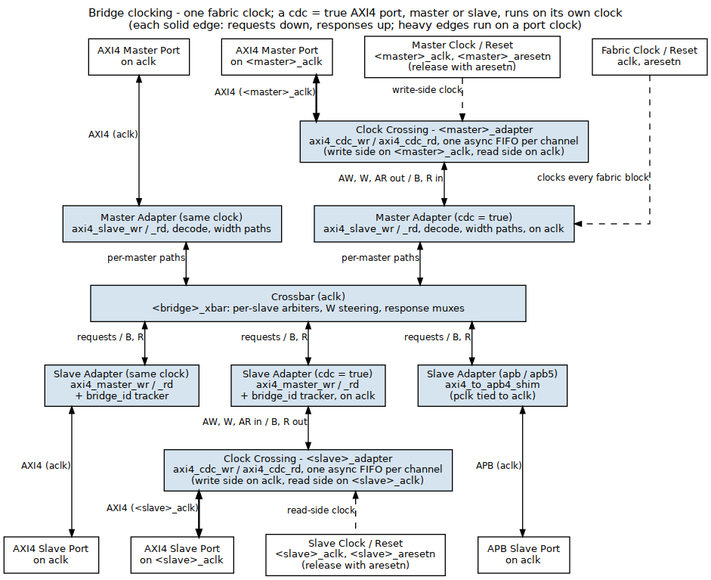
sean-galloway/RTLDesignSherpa keeps this Graphviz diagram as projects/components/fabric-gen-ip/bridge/docs/bridge_has/assets/graphviz/clock_distribution.png. Above is the earlier version. Its source is kept beside it as projects/components/fabric-gen-ip/bridge/docs/bridge_has/assets/graphviz/clock_distribution.dot.
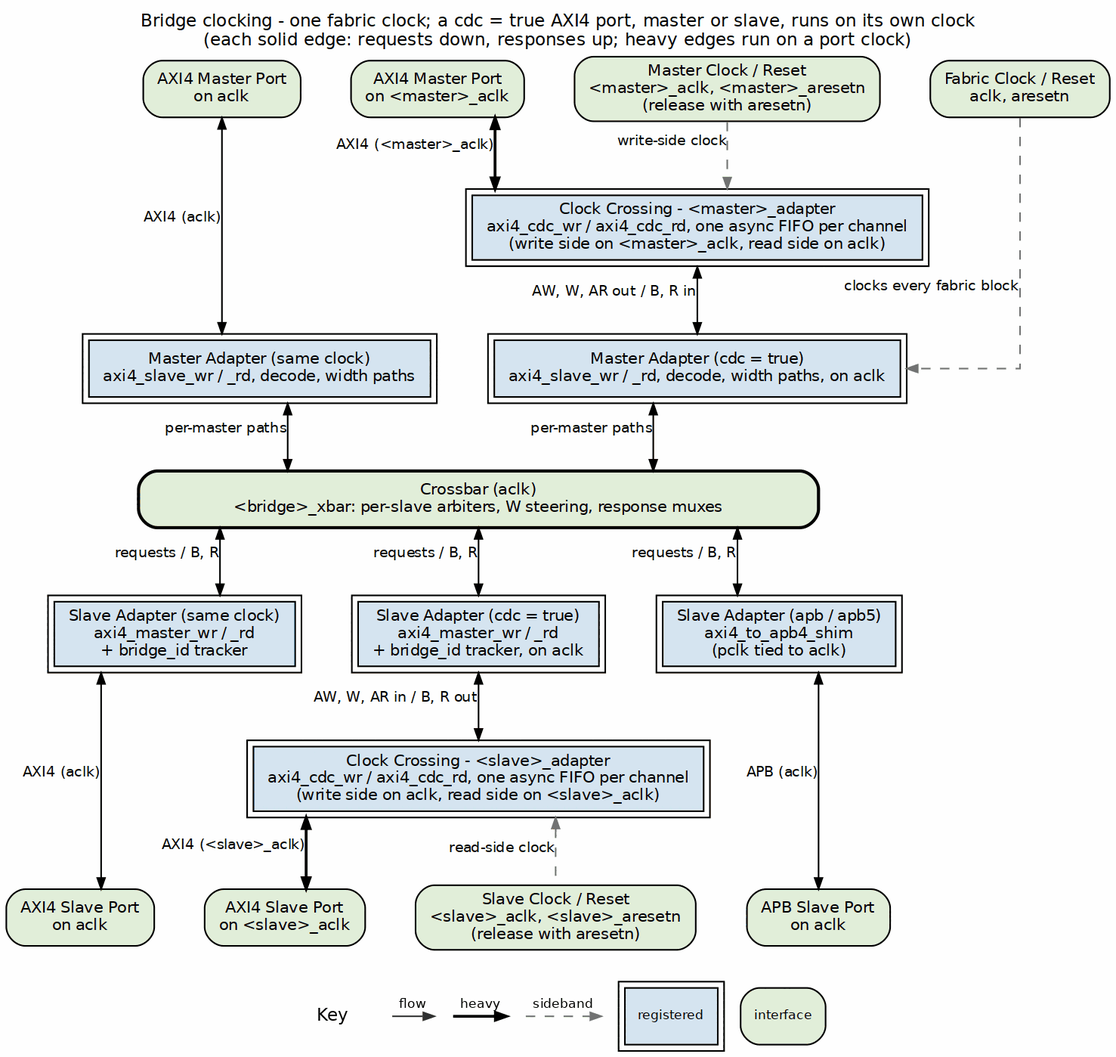
The same file after the commit.

Diff of the diagram source:
```diff
@@ -3,36 +3,36 @@
            nodesep="0.45", ranksep="0.60", splines=ortho, labelloc=t,
            label="Bridge clocking - one fabric clock; a cdc = true AXI4 port, master or slave, runs on its own clock\n(each solid edge: requests down, responses up; heavy edges run on a port clock)"];
     node  [fontname="Helvetica", fontsize=10, shape=box, style=filled,
-           fillcolor="#D6E4F0", color="black", margin="0.12,0.06"];
+           fillcolor="white", color="black", margin="0.12,0.06"];
     edge  [fontname="Helvetica", fontsize=9, color="black", arrowsize=0.7];
 
-    mp0   [label="AXI4 Master Port\non aclk", fillcolor="white"];
-    mp1   [label="AXI4 Master Port\non <master>_aclk", fillcolor="white"];
-    mclk  [label="Master Clock / Reset\n<master>_aclk, <master>_aresetn\n(release with aresetn)", fillcolor="white"];
-    clk   [label="Fabric Clock / Reset\naclk, aresetn", fillcolor="white"];
+    mp0   [label="AXI4 Master Port\non aclk", fillcolor="white", style="rounded,filled", fillcolor="#E2EFDA"];
+    mp1   [label="AXI4 Master Port\non <master>_aclk", fillcolor="white", style="rounded,filled", fillcolor="#E2EFDA"];
+    mclk  [label="Master Clock / Reset\n<master>_aclk, <master>_aresetn\n(release with aresetn)", fillcolor="white", style="rounded,filled", fillcolor="#E2EFDA"];
+    clk   [label="Fabric Clock / Reset\naclk, aresetn", fillcolor="white", style="rounded,filled", fillcolor="#E2EFDA"];
     { rank=same; mp0; mp1; mclk; clk; }
     mp0 -> mp1 -> mclk -> clk [style=invis];
 
-    mcdc  [label="Clock Crossing - <master>_adapter\naxi4_cdc_wr / axi4_cdc_rd, one async FIFO per channel\n(write side on <master>_aclk, read side on aclk)"];
-    madp0 [label="Master Adapter (same clock)\naxi4_slave_wr / _rd, decode, width paths"];
-    madp1 [label="Master Adapter (cdc = true)\naxi4_slave_wr / _rd, decode, width paths, on aclk"];
+    mcdc  [label="Clock Crossing - <master>_adapter\naxi4_cdc_wr / axi4_cdc_rd, one async FIFO per channel\n(write side on <master>_aclk, read side on aclk)", peripheries=2, style="filled", fillcolor="#D6E4F0"];
+    madp0 [label="Master Adapter (same clock)\naxi4_slave_wr / _rd, decode, width paths", peripheries=2, style="filled", fillcolor="#D6E4F0"];
+    madp1 [label="Master Adapter (cdc = true)\naxi4_slave_wr / _rd, decode, width paths, on aclk", peripheries=2, style="filled", fillcolor="#D6E4F0"];
     { rank=same; madp0; madp1; }
     madp0 -> madp1 [style=invis];
 
-    xbar [label="Crossbar (aclk)\n<bridge>_xbar: per-slave arbiters, W steering, response muxes", width=6];
+    xbar [label="Crossbar (aclk)\n<bridge>_xbar: per-slave arbiters, W steering, response muxes", width=6, style="rounded,filled,bold", fillcolor="#E2EFDA"];
 
-    sa0  [label="Slave Adapter (same clock)\naxi4_master_wr / _rd\n+ bridge_id tracker"];
-    sa1  [label="Slave Adapter (cdc = true)\naxi4_master_wr / _rd\n+ bridge_id tracker, on aclk"];
-    sa2  [label="Slave Adapter (apb / apb5)\naxi4_to_apb4_shim\n(pclk tied to aclk)"];
+    sa0  [label="Slave Adapter (same clock)\naxi4_master_wr / _rd\n+ bridge_id tracker", peripheries=2, style="filled", fillcolor="#D6E4F0"];
+    sa1  [label="Slave Adapter (cdc = true)\naxi4_master_wr / _rd\n+ bridge_id tracker, on aclk", peripheries=2, style="filled", fillcolor="#D6E4F0"];
+    sa2  [label="Slave Adapter (apb / apb5)\naxi4_to_apb4_shim\n(pclk tied to aclk)", peripheries=2, style="filled", fillcolor="#D6E4F0"];
     { rank=same; sa0; sa1; sa2; }
     sa0 -> sa1 -> sa2 [style=invis];
 
-    scdc [label="Clock Crossing - <slave>_adapter\naxi4_cdc_wr / axi4_cdc_rd, one async FIFO per channel\n(write side on aclk, read side on <slave>_aclk)"];
+    scdc [label="Clock Crossing - <slave>_adapter\naxi4_cdc_wr / axi4_cdc_rd, one async FIFO per channel\n(write side on aclk, read side on <slave>_aclk)", peripheries=2, style="filled", fillcolor="#D6E4F0"];
 
-    sp0  [label="AXI4 Slave Port\non aclk", fillcolor="white"];
-    sp1  [label="AXI4 Slave Port\non <slave>_aclk", fillcolor="white"];
-    sclk [label="Slave Clock / Reset\n<slave>_aclk, <slave>_aresetn\n(release with aresetn)", fillcolor="white"];
-    sp2  [label="APB Slave Port\non aclk", fillcolor="white"];
+    sp0  [label="AXI4 Slave Port\non aclk", fillcolor="white", style="rounded,filled", fillcolor="#E2EFDA"];
+    sp1  [label="AXI4 Slave Port\non <slave>_aclk", fillcolor="white", style="rounded,filled", fillcolor="#E2EFDA"];
+    sclk [label="Slave Clock / Reset\n<slave>_aclk, <slave>_aresetn\n(release with aresetn)", fillcolor="white", style="rounded,filled", fillcolor="#E2EFDA"];
+    sp2  [label="APB Slave Port\non aclk", fillcolor="white", style="rounded,filled", fillcolor="#E2EFDA"];
     { rank=same; sp0; sp1; sclk; sp2; }
     sp0 -> sp1 -> sclk -> sp2 [style=invis];
 
@@ -49,7 +49,7 @@
     scdc  -> sp1   [dir=both, penwidth=1.8, xlabel="AXI4 (<slave>_aclk)"];
     sa2   -> sp2   [dir=both, xlabel="APB (aclk)"];
 
-    mclk  -> mcdc  [style=dashed, xlabel="write-side clock"];
-    clk   -> madp1 [style=dashed, xlabel="clocks every fabric block"];
-    scdc  -> sclk  [style=dashed, dir=back, xlabel="read-side clock"];
+    mclk  -> mcdc  [style=dashed, color="#777777", xlabel="write-side clock"];
+    clk   -> madp1 [style=dashed, color="#777777", xlabel="clocks every fabric block"];
+    scdc  -> sclk  [style=dashed, color="#777777", dir=back, xlabel="read-side clock"];
 }
```
